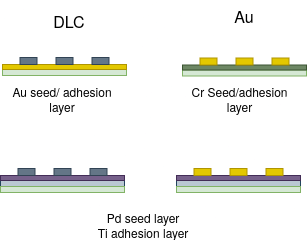
The draw.io diagram notes/report/images/samples.png in Ribena-dev/CDE4301_IS434, before a commit. Source tidied: cells renumbered, new cells last; positions are measured from the earlier drawing's top-left corner, leaving out a move shared by most shapes. Its diagram source:
```xml
<mxGraphModel>
  <root>
    <mxCell id="0" />
    <mxCell id="1" parent="0" />
    <mxCell id="2" value="DLC" style="text;html=1;whiteSpace=wrap;strokeColor=none;fillColor=none;align=center;verticalAlign=middle;rounded=0;fontSize=16;" parent="1" vertex="1">
      <mxGeometry x="39" y="5" width="60" height="30" as="geometry" />
    </mxCell>
    <mxCell id="3" style="rounded=0;whiteSpace=wrap;html=1;fillColor=#bac8d3;strokeColor=#23445d;" parent="1" vertex="1">
      <mxGeometry y="180" width="124" height="6" as="geometry" />
    </mxCell>
    <mxCell id="4" style="rounded=0;whiteSpace=wrap;html=1;fillColor=#76608a;strokeColor=#432D57;fontColor=#ffffff;" parent="1" vertex="1">
      <mxGeometry y="175" width="124" height="5" as="geometry" />
    </mxCell>
    <mxCell id="5" style="rounded=0;whiteSpace=wrap;html=1;fillColor=#647687;strokeColor=#314354;fontColor=#ffffff;" parent="1" vertex="1">
      <mxGeometry x="17.5" y="168" width="17" height="7" as="geometry" />
    </mxCell>
    <mxCell id="6" style="rounded=0;whiteSpace=wrap;html=1;fillColor=#647687;strokeColor=#314354;fontColor=#ffffff;" parent="1" vertex="1">
      <mxGeometry x="53.5" y="168" width="17" height="7" as="geometry" />
    </mxCell>
    <mxCell id="7" style="rounded=0;whiteSpace=wrap;html=1;fillColor=#647687;strokeColor=#314354;fontColor=#ffffff;" parent="1" vertex="1">
      <mxGeometry x="89.5" y="168" width="17" height="7" as="geometry" />
    </mxCell>
    <mxCell id="8" value="Au" style="text;html=1;whiteSpace=wrap;strokeColor=none;fillColor=none;align=center;verticalAlign=middle;rounded=0;fontSize=16;" parent="1" vertex="1">
      <mxGeometry x="214" width="60" height="30" as="geometry" />
    </mxCell>
    <mxCell id="9" style="rounded=0;whiteSpace=wrap;html=1;fillColor=#d5e8d4;strokeColor=#82b366;" parent="1" vertex="1">
      <mxGeometry x="2" y="69" width="124" height="6" as="geometry" />
    </mxCell>
    <mxCell id="10" style="rounded=0;whiteSpace=wrap;html=1;fillColor=#e3c800;strokeColor=#B09500;" parent="1" vertex="1">
      <mxGeometry x="2" y="64" width="124" height="5" as="geometry" />
    </mxCell>
    <mxCell id="11" style="rounded=0;whiteSpace=wrap;html=1;fillColor=#647687;strokeColor=#314354;fontColor=#ffffff;" parent="1" vertex="1">
      <mxGeometry x="19.5" y="57" width="17" height="7" as="geometry" />
    </mxCell>
    <mxCell id="12" style="rounded=0;whiteSpace=wrap;html=1;fillColor=#647687;strokeColor=#314354;fontColor=#ffffff;" parent="1" vertex="1">
      <mxGeometry x="55.5" y="57" width="17" height="7" as="geometry" />
    </mxCell>
    <mxCell id="13" style="rounded=0;whiteSpace=wrap;html=1;fillColor=#647687;strokeColor=#314354;fontColor=#ffffff;" parent="1" vertex="1">
      <mxGeometry x="91.5" y="57" width="17" height="7" as="geometry" />
    </mxCell>
    <mxCell id="14" style="rounded=0;whiteSpace=wrap;html=1;fillColor=#d5e8d4;strokeColor=#82b366;" parent="1" vertex="1">
      <mxGeometry x="182" y="69.5" width="124" height="6" as="geometry" />
    </mxCell>
    <mxCell id="15" style="rounded=0;whiteSpace=wrap;html=1;fillColor=#6d8764;strokeColor=#3A5431;fontColor=#ffffff;" parent="1" vertex="1">
      <mxGeometry x="182" y="64.5" width="124" height="5" as="geometry" />
    </mxCell>
    <mxCell id="16" style="rounded=0;whiteSpace=wrap;html=1;fillColor=#e3c800;strokeColor=#B09500;fontColor=#000000;" parent="1" vertex="1">
      <mxGeometry x="199.5" y="57.5" width="17" height="7" as="geometry" />
    </mxCell>
    <mxCell id="17" style="rounded=0;whiteSpace=wrap;html=1;fillColor=#e3c800;strokeColor=#B09500;fontColor=#000000;" parent="1" vertex="1">
      <mxGeometry x="235.5" y="57.5" width="17" height="7" as="geometry" />
    </mxCell>
    <mxCell id="18" style="rounded=0;whiteSpace=wrap;html=1;fillColor=#e3c800;strokeColor=#B09500;fontColor=#000000;" parent="1" vertex="1">
      <mxGeometry x="271.5" y="57.5" width="17" height="7" as="geometry" />
    </mxCell>
    <mxCell id="19" style="rounded=0;whiteSpace=wrap;html=1;fillColor=#bac8d3;strokeColor=#23445d;" parent="1" vertex="1">
      <mxGeometry x="176" y="180" width="124" height="6" as="geometry" />
    </mxCell>
    <mxCell id="20" style="rounded=0;whiteSpace=wrap;html=1;fillColor=#76608a;strokeColor=#432D57;fontColor=#ffffff;" parent="1" vertex="1">
      <mxGeometry x="176" y="175" width="124" height="5" as="geometry" />
    </mxCell>
    <mxCell id="21" style="rounded=0;whiteSpace=wrap;html=1;fillColor=#e3c800;strokeColor=#B09500;fontColor=#000000;" parent="1" vertex="1">
      <mxGeometry x="193.5" y="168" width="17" height="7" as="geometry" />
    </mxCell>
    <mxCell id="22" style="rounded=0;whiteSpace=wrap;html=1;fillColor=#e3c800;strokeColor=#B09500;fontColor=#000000;" parent="1" vertex="1">
      <mxGeometry x="229.5" y="168" width="17" height="7" as="geometry" />
    </mxCell>
    <mxCell id="23" style="rounded=0;whiteSpace=wrap;html=1;fillColor=#e3c800;strokeColor=#B09500;fontColor=#000000;" parent="1" vertex="1">
      <mxGeometry x="265.5" y="168" width="17" height="7" as="geometry" />
    </mxCell>
    <mxCell id="24" value="Au seed/ adhesion layer" style="text;html=1;whiteSpace=wrap;strokeColor=none;fillColor=none;align=center;verticalAlign=middle;rounded=0;" parent="1" vertex="1">
      <mxGeometry x="7" y="84.5" width="110" height="28" as="geometry" />
    </mxCell>
    <mxCell id="25" value="Cr Seed/adhesion layer" style="text;html=1;whiteSpace=wrap;strokeColor=none;fillColor=none;align=center;verticalAlign=middle;rounded=0;" parent="1" vertex="1">
      <mxGeometry x="182" y="88" width="115" height="21" as="geometry" />
    </mxCell>
    <mxCell id="26" value="Pd seed layer&lt;br&gt;Ti adhesion layer" style="text;html=1;whiteSpace=wrap;strokeColor=none;fillColor=none;align=center;verticalAlign=middle;rounded=0;" parent="1" vertex="1">
      <mxGeometry x="88" y="211" width="110" height="28" as="geometry" />
    </mxCell>
    <mxCell id="27" style="rounded=0;whiteSpace=wrap;html=1;fillColor=#d5e8d4;strokeColor=#82b366;" parent="1" vertex="1">
      <mxGeometry y="186" width="124" height="6" as="geometry" />
    </mxCell>
    <mxCell id="28" style="rounded=0;whiteSpace=wrap;html=1;fillColor=#d5e8d4;strokeColor=#82b366;" parent="1" vertex="1">
      <mxGeometry x="176" y="186" width="124" height="6" as="geometry" />
    </mxCell>
  </root>
</mxGraphModel>
```
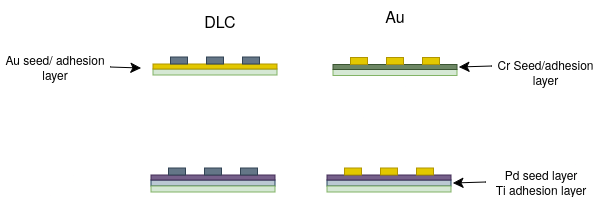
After the change.

Change to the diagram source:
```diff
@@ -69,13 +69,13 @@
       <mxGeometry x="265.5" y="168" width="17" height="7" as="geometry" />
     </mxCell>
     <mxCell id="24" value="Au seed/ adhesion layer" style="text;html=1;whiteSpace=wrap;strokeColor=none;fillColor=none;align=center;verticalAlign=middle;rounded=0;" parent="1" vertex="1">
-      <mxGeometry x="7" y="84.5" width="110" height="28" as="geometry" />
+      <mxGeometry x="-151" y="53" width="110" height="28" as="geometry" />
     </mxCell>
     <mxCell id="25" value="Cr Seed/adhesion layer" style="text;html=1;whiteSpace=wrap;strokeColor=none;fillColor=none;align=center;verticalAlign=middle;rounded=0;" parent="1" vertex="1">
-      <mxGeometry x="182" y="88" width="115" height="21" as="geometry" />
+      <mxGeometry x="337" y="61.5" width="115" height="21" as="geometry" />
     </mxCell>
     <mxCell id="26" value="Pd seed layer&lt;br&gt;Ti adhesion layer" style="text;html=1;whiteSpace=wrap;strokeColor=none;fillColor=none;align=center;verticalAlign=middle;rounded=0;" parent="1" vertex="1">
-      <mxGeometry x="88" y="211" width="110" height="28" as="geometry" />
+      <mxGeometry x="335" y="168" width="110" height="28" as="geometry" />
     </mxCell>
     <mxCell id="27" style="rounded=0;whiteSpace=wrap;html=1;fillColor=#d5e8d4;strokeColor=#82b366;" parent="1" vertex="1">
       <mxGeometry y="186" width="124" height="6" as="geometry" />
@@ -83,5 +83,21 @@
     <mxCell id="28" style="rounded=0;whiteSpace=wrap;html=1;fillColor=#d5e8d4;strokeColor=#82b366;" parent="1" vertex="1">
       <mxGeometry x="176" y="186" width="124" height="6" as="geometry" />
     </mxCell>
+    <mxCell id="29" style="endArrow=classic;html=1;rounded=0;fontSize=12;startSize=8;endSize=8;curved=1;exitX=0;exitY=0.5;exitDx=0;exitDy=0;" parent="1" edge="1" source="26">
+      <mxGeometry relative="1" as="geometry">
+        <mxPoint x="302" y="183" as="targetPoint" />
+      </mxGeometry>
+    </mxCell>
+    <mxCell id="30" style="endArrow=classic;html=1;rounded=0;fontSize=12;startSize=8;endSize=8;curved=1;exitX=0;exitY=0.5;exitDx=0;exitDy=0;" parent="1" edge="1">
+      <mxGeometry relative="1" as="geometry">
+        <mxPoint x="341" y="66" as="sourcePoint" />
+        <mxPoint x="308" y="67" as="targetPoint" />
+      </mxGeometry>
+    </mxCell>
+    <mxCell id="31" style="endArrow=classic;html=1;rounded=0;fontSize=12;startSize=8;endSize=8;curved=1;exitX=1;exitY=0.5;exitDx=0;exitDy=0;" parent="1" edge="1" source="24">
+      <mxGeometry relative="1" as="geometry">
+        <mxPoint x="-10" y="68" as="targetPoint" />
+      </mxGeometry>
+    </mxCell>
   </root>
 </mxGraphModel>
```
